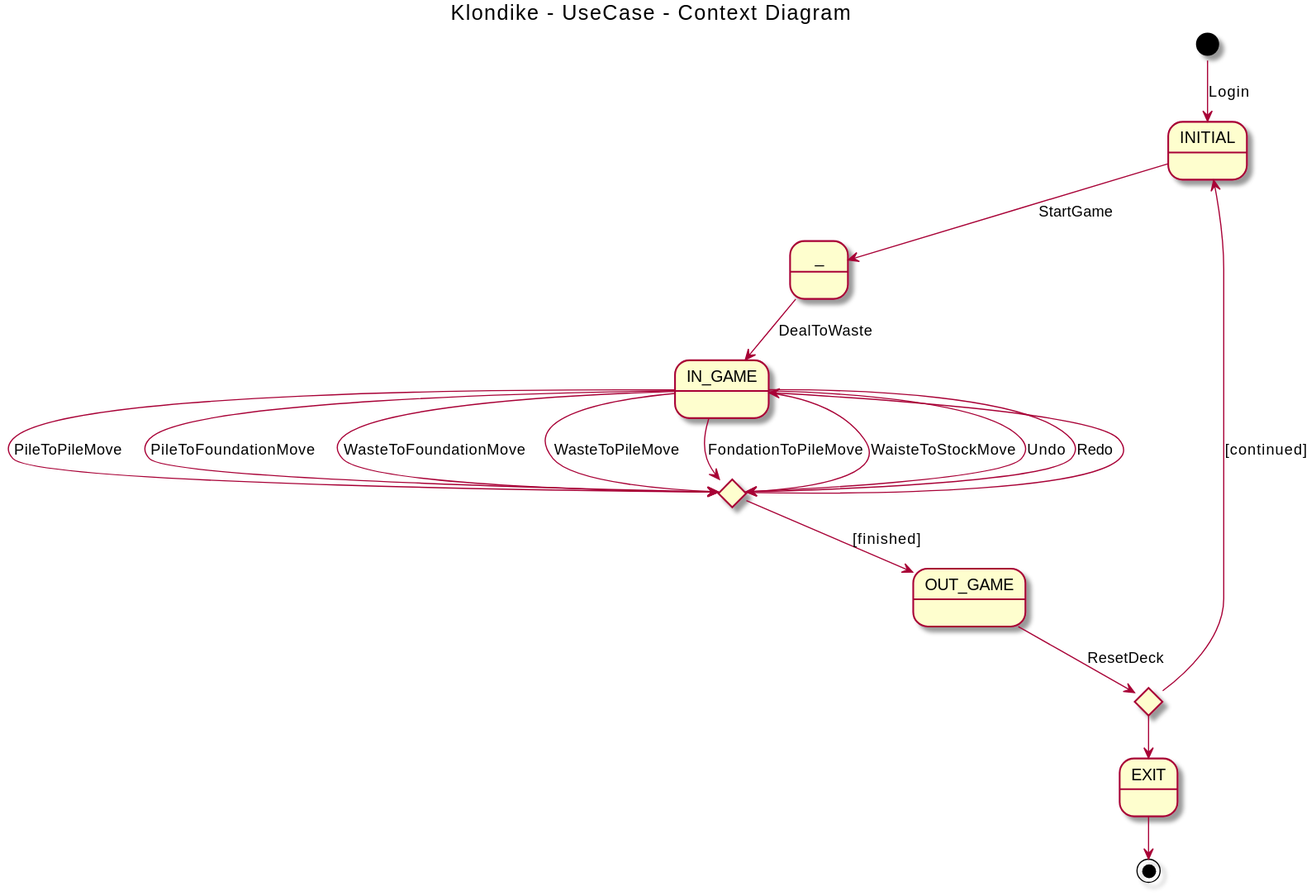
AngelOS95P/Maestria_IngSoftware_grupo6 keeps this PlantUML diagram as out/2 Modelo de vistas de caso de uso/Diagrama de relacion de Casos de Uso/UseCaseContextDiagram.svg. Above is the earlier version.
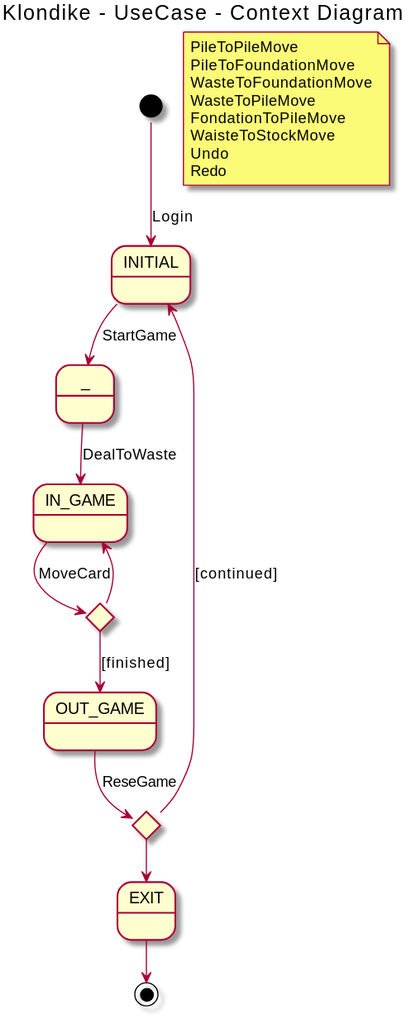
Above is the later version.

The edit, as a diff of the source:
```diff
@@ -10,22 +10,21 @@
 state if_finished <<choice>>
 state if_resumed <<choice>>
 
+
+note "PileToPileMove\nPileToFoundationMove\nWasteToFoundationMove\nWasteToPileMove\nFondationToPileMove\nWaisteToStockMove\nUndo\nRedo" as PNote
+
+
 [*] --> INITIAL: Login
 
 INITIAL --> _: StartGame
 _ --> IN_GAME: DealToWaste
-IN_GAME --> if_finished: PileToPileMove
-IN_GAME --> if_finished: PileToFoundationMove
-IN_GAME --> if_finished: WasteToFoundationMove
-IN_GAME --> if_finished: WasteToPileMove
-IN_GAME --> if_finished: FondationToPileMove
-IN_GAME --> if_finished: WaisteToStockMove
-IN_GAME --> if_finished: Undo
-IN_GAME --> if_finished: Redo
+IN_GAME --> if_finished: MoveCard
 if_finished --> IN_GAME
 if_finished --> OUT_GAME: [finished]
-OUT_GAME --> if_resumed: ResetDeck
+OUT_GAME --> if_resumed: ReseGame
 if_resumed --> INITIAL: [continued]
 if_resumed --> EXIT
 EXIT --> [*]
+
+
 @enduml
```
